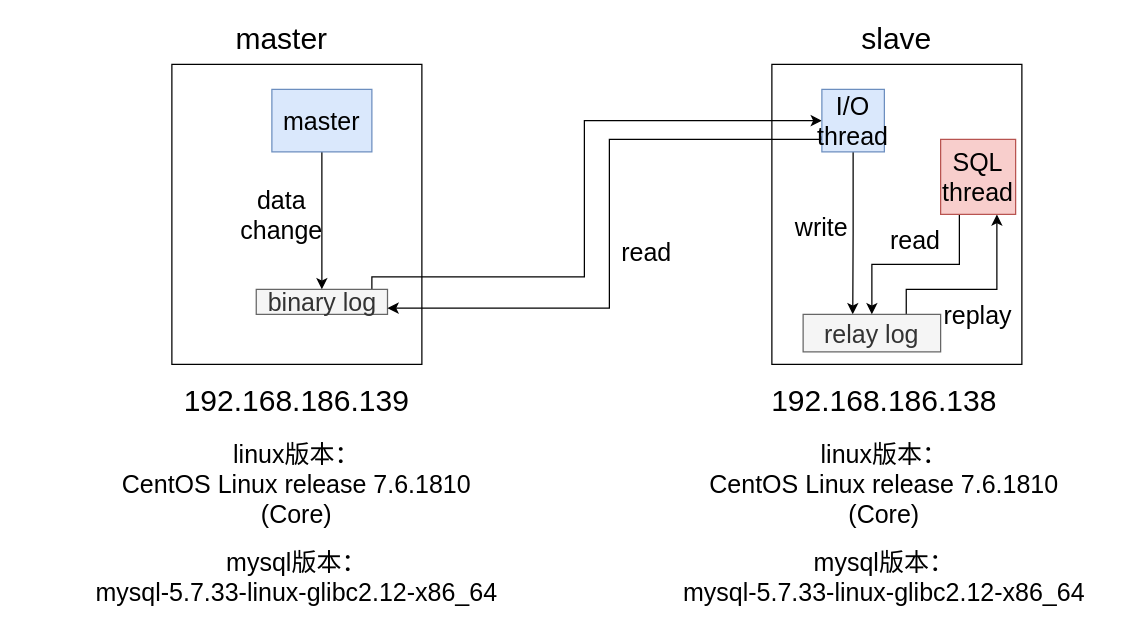
wupei-w/diagrams keeps this draw.io diagram as Untitled Diagram.drawio. Above is the earlier version. Source tidied: cells renumbered, new cells numbered last; positions are measured from the earlier drawing's top-left corner, leaving out a move shared by most shapes. Both pictures are drawn from the tidied source at 125%, with x=0, y=0 at pixel (21, 26).
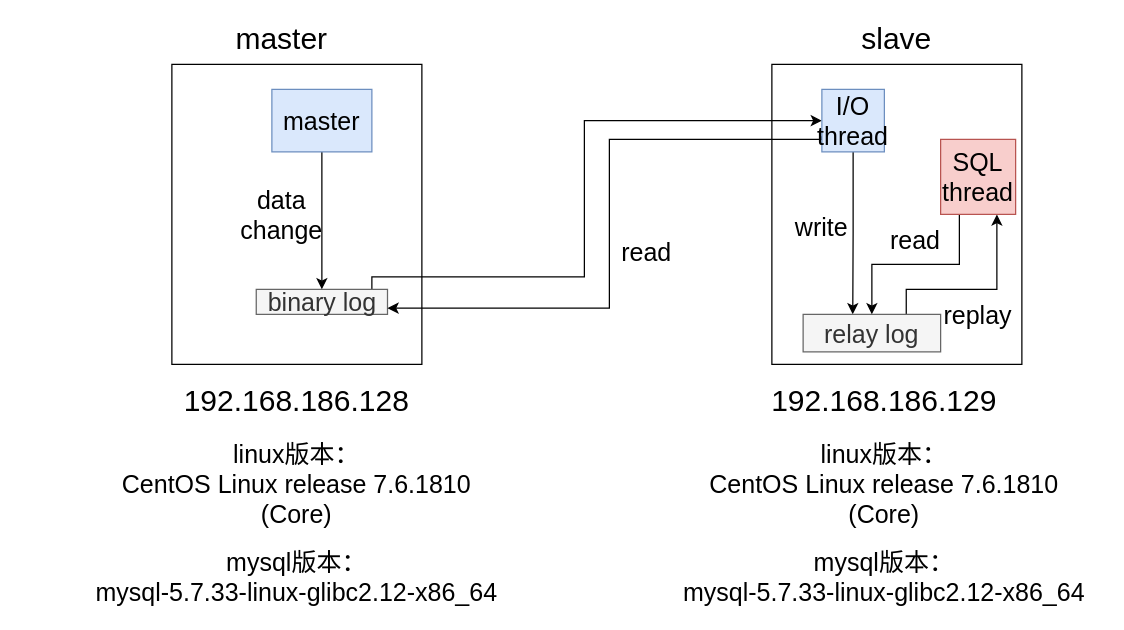
After the change.

Diff of the diagram source:
```diff
@@
-    <mxCell id="6" value="192.168.186.139" style="text;html=1;strokeColor=none;fillColor=none;align=center;verticalAlign=middle;whiteSpace=wrap;rounded=0;fontSize=24;" parent="1" vertex="1">
+    <mxCell id="6" value="192.168.186.128" style="text;html=1;strokeColor=none;fillColor=none;align=center;verticalAlign=middle;whiteSpace=wrap;rounded=0;fontSize=24;" parent="1" vertex="1">
       <mxGeometry x="200" y="290" width="40" height="20" as="geometry" />
     </mxCell>
-    <mxCell id="7" value="192.168.186.138" style="text;html=1;strokeColor=none;fillColor=none;align=center;verticalAlign=middle;whiteSpace=wrap;rounded=0;fontSize=24;" parent="1" vertex="1">
+    <mxCell id="7" value="192.168.186.129" style="text;html=1;strokeColor=none;fillColor=none;align=center;verticalAlign=middle;whiteSpace=wrap;rounded=0;fontSize=24;" parent="1" vertex="1">
       <mxGeometry x="670" y="290" width="40" height="20" as="geometry" />
     </mxCell>
```
